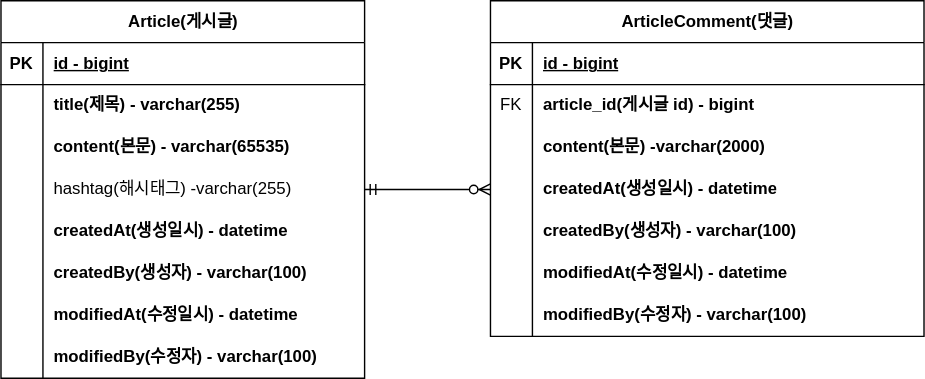
This is document/project-board-erd.svg from checkIn97/fastcampus-project-board, a draw.io export, as it was before one commit. Source tidied: cells renumbered, new cells last; positions are measured from the earlier drawing's top-left corner, leaving out a move shared by most shapes.
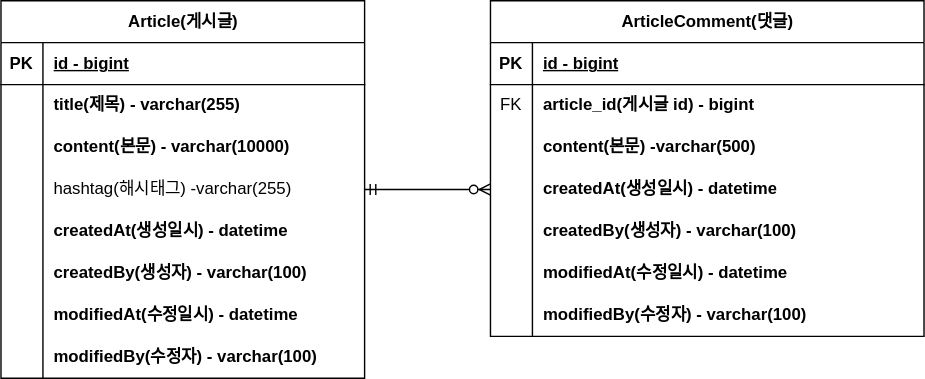
Later version of the same file.

Commit message:
#10- erd 업데이트: content 사이즈 변경

What changed in the source:
```diff
@@ -29,7 +29,7 @@
     <mxCell id="10" style="shape=partialRectangle;fillColor=none;top=0;left=0;bottom=0;right=0;overflow=hidden;whiteSpace=wrap;html=1;" parent="9" vertex="1">
       <mxGeometry width="30" height="30" as="geometry" />
     </mxCell>
-    <mxCell id="11" value="content(본문) - varchar(65535)" style="shape=partialRectangle;fillColor=none;top=0;left=0;bottom=0;right=0;align=left;spacingLeft=6;overflow=hidden;whiteSpace=wrap;html=1;fontStyle=1;" parent="9" vertex="1">
+    <mxCell id="11" value="content(본문) - varchar(10000)" style="shape=partialRectangle;fillColor=none;top=0;left=0;bottom=0;right=0;align=left;spacingLeft=6;overflow=hidden;whiteSpace=wrap;html=1;fontStyle=1;" parent="9" vertex="1">
       <mxGeometry x="30" width="230" height="30" as="geometry" />
     </mxCell>
     <mxCell id="12" style="shape=tableRow;horizontal=0;startSize=0;swimlaneHead=0;swimlaneBody=0;fillColor=none;points=[[0,0.5],[1,0.5]];portConstraint=eastwest;top=0;left=0;right=0;bottom=0;" parent="2" vertex="1">
@@ -104,7 +104,7 @@
     <mxCell id="35" style="shape=partialRectangle;fillColor=none;top=0;left=0;bottom=0;right=0;overflow=hidden;whiteSpace=wrap;html=1;" parent="34" vertex="1">
       <mxGeometry width="30" height="30" as="geometry" />
     </mxCell>
-    <mxCell id="36" value="content(본문) -varchar(2000)" style="shape=partialRectangle;fillColor=none;top=0;left=0;bottom=0;right=0;align=left;spacingLeft=6;overflow=hidden;whiteSpace=wrap;html=1;fontStyle=1;" parent="34" vertex="1">
+    <mxCell id="36" value="content(본문) -varchar(500)" style="shape=partialRectangle;fillColor=none;top=0;left=0;bottom=0;right=0;align=left;spacingLeft=6;overflow=hidden;whiteSpace=wrap;html=1;fontStyle=1;" parent="34" vertex="1">
       <mxGeometry x="30" width="280" height="30" as="geometry" />
     </mxCell>
     <mxCell id="37" style="shape=tableRow;horizontal=0;startSize=0;swimlaneHead=0;swimlaneBody=0;fillColor=none;points=[[0,0.5],[1,0.5]];portConstraint=eastwest;top=0;left=0;right=0;bottom=0;" parent="27" vertex="1">
```
